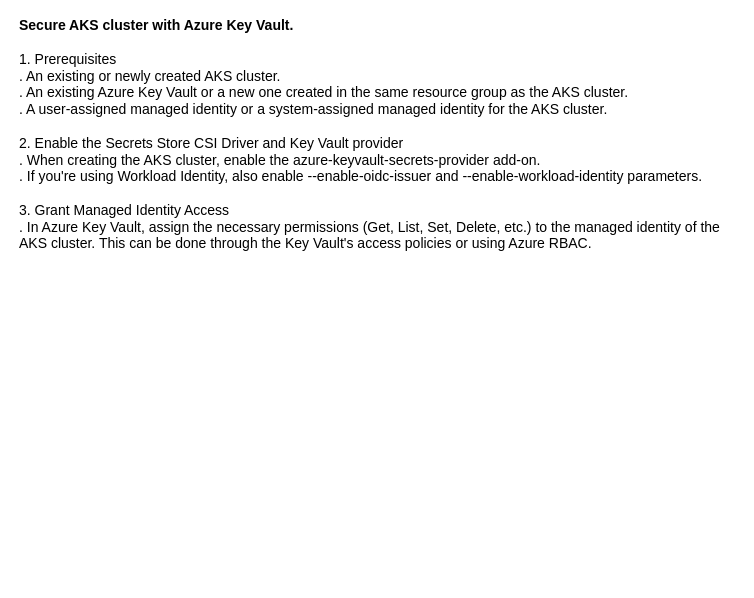
The draw.io diagram AKSTopic.drawio in tyk1hc/drawio, before the edit. Source tidied: cells renumbered, new cells numbered last; positions are measured from the earlier drawing's top-left corner, leaving out a move shared by most shapes. Both pictures are drawn from the tidied source at 100%, with x=0, y=0 at pixel (17, 21).
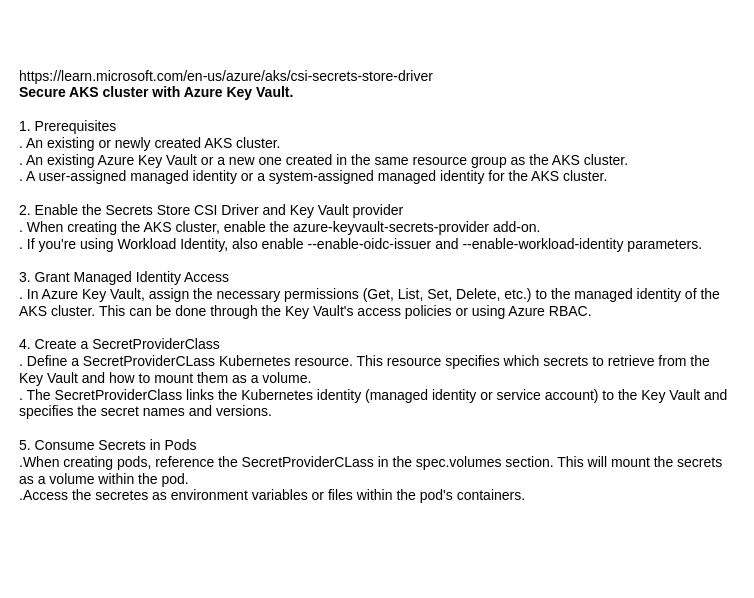
After the change.

Diff of the diagram source:
```diff
@@
 <mxGraphModel>
   <root>
     <mxCell id="0" />
     <mxCell id="1" parent="0" />
-    <mxCell id="2" value="&lt;div&gt;&lt;font style=&quot;font-size: 14px;&quot;&gt;&lt;b&gt;Secure AKS cluster with Azure Key Vault.&lt;/b&gt;&lt;/font&gt;&lt;/div&gt;&lt;div&gt;&lt;font style=&quot;font-size: 14px;&quot;&gt;&lt;br&gt;&lt;/font&gt;&lt;/div&gt;&lt;font style=&quot;font-size: 14px;&quot;&gt;1. Prerequisites&lt;/font&gt;&lt;div&gt;&lt;font style=&quot;font-size: 14px;&quot;&gt;. An existing or newly created AKS cluster.&lt;/font&gt;&lt;/div&gt;&lt;div&gt;&lt;font style=&quot;font-size: 14px;&quot;&gt;. An existing Azure Key Vault or a new one created in the same resource group as the AKS cluster.&lt;/font&gt;&lt;/div&gt;&lt;div&gt;&lt;font style=&quot;font-size: 14px;&quot;&gt;. A user-assigned managed identity or a system-assigned managed identity for the AKS cluster.&lt;/font&gt;&lt;/div&gt;&lt;div&gt;&lt;font style=&quot;font-size: 14px;&quot;&gt;&lt;br&gt;&lt;/font&gt;&lt;/div&gt;&lt;div&gt;&lt;font style=&quot;font-size: 14px;&quot;&gt;2. Enable the Secrets Store CSI Driver and Key Vault provider&lt;/font&gt;&lt;/div&gt;&lt;div&gt;&lt;font style=&quot;font-size: 14px;&quot;&gt;. When creating the AKS cluster, enable the azure-keyvault-secrets-provider add-on.&lt;/font&gt;&lt;/div&gt;&lt;div&gt;&lt;font style=&quot;font-size: 14px;&quot;&gt;. If you're using Workload Identity, also enable --enable-oidc-issuer and --enable-workload-identity parameters.&lt;/font&gt;&lt;/div&gt;&lt;div&gt;&lt;font style=&quot;font-size: 14px;&quot;&gt;&lt;br&gt;&lt;/font&gt;&lt;/div&gt;&lt;div&gt;&lt;font style=&quot;font-size: 14px;&quot;&gt;3. Grant Managed Identity Access&lt;/font&gt;&lt;/div&gt;&lt;div&gt;&lt;font style=&quot;font-size: 14px;&quot;&gt;. In Azure Key Vault, assign the necessary permissions (Get, List, Set, Delete, etc.) to the managed identity of the AKS cluster. This can be done through the Key Vault's access policies or using Azure RBAC.&lt;/font&gt;&lt;/div&gt;&lt;div&gt;&lt;font style=&quot;font-size: 14px;&quot;&gt;&lt;br&gt;&lt;/font&gt;&lt;/div&gt;&lt;div&gt;&lt;font style=&quot;font-size: 14px;&quot;&gt;&lt;br&gt;&lt;/font&gt;&lt;/div&gt;" style="text;html=1;align=left;verticalAlign=middle;whiteSpace=wrap;rounded=0;" parent="1" vertex="1">
-      <mxGeometry width="720" height="260" as="geometry" />
+    <mxCell id="2" value="&lt;div&gt;&lt;font style=&quot;font-size: 14px;&quot;&gt;https://learn.microsoft.com/en-us/azure/aks/csi-secrets-store-driver&lt;b&gt;&lt;/b&gt;&lt;/font&gt;&lt;/div&gt;&lt;div&gt;&lt;font style=&quot;font-size: 14px;&quot;&gt;&lt;b&gt;Secure AKS cluster with Azure Key Vault.&lt;/b&gt;&lt;/font&gt;&lt;/div&gt;&lt;div&gt;&lt;font style=&quot;font-size: 14px;&quot;&gt;&lt;br&gt;&lt;/font&gt;&lt;/div&gt;&lt;font style=&quot;font-size: 14px;&quot;&gt;1. Prerequisites&lt;/font&gt;&lt;div&gt;&lt;font style=&quot;font-size: 14px;&quot;&gt;. An existing or newly created AKS cluster.&lt;/font&gt;&lt;/div&gt;&lt;div&gt;&lt;font style=&quot;font-size: 14px;&quot;&gt;. An existing Azure Key Vault or a new one created in the same resource group as the AKS cluster.&lt;/font&gt;&lt;/div&gt;&lt;div&gt;&lt;font style=&quot;font-size: 14px;&quot;&gt;. A user-assigned managed identity or a system-assigned managed identity for the AKS cluster.&lt;/font&gt;&lt;/div&gt;&lt;div&gt;&lt;font style=&quot;font-size: 14px;&quot;&gt;&lt;br&gt;&lt;/font&gt;&lt;/div&gt;&lt;div&gt;&lt;font style=&quot;font-size: 14px;&quot;&gt;2. Enable the Secrets Store CSI Driver and Key Vault provider&lt;/font&gt;&lt;/div&gt;&lt;div&gt;&lt;font style=&quot;font-size: 14px;&quot;&gt;. When creating the AKS cluster, enable the azure-keyvault-secrets-provider add-on.&lt;/font&gt;&lt;/div&gt;&lt;div&gt;&lt;font style=&quot;font-size: 14px;&quot;&gt;. If you're using Workload Identity, also enable --enable-oidc-issuer and --enable-workload-identity parameters.&lt;/font&gt;&lt;/div&gt;&lt;div&gt;&lt;font style=&quot;font-size: 14px;&quot;&gt;&lt;br&gt;&lt;/font&gt;&lt;/div&gt;&lt;div&gt;&lt;font style=&quot;font-size: 14px;&quot;&gt;3. Grant Managed Identity Access&lt;/font&gt;&lt;/div&gt;&lt;div&gt;&lt;font style=&quot;font-size: 14px;&quot;&gt;. In Azure Key Vault, assign the necessary permissions (Get, List, Set, Delete, etc.) to the managed identity of the AKS cluster. This can be done through the Key Vault's access policies or using Azure RBAC.&lt;/font&gt;&lt;/div&gt;&lt;div&gt;&lt;font style=&quot;font-size: 14px;&quot;&gt;&lt;br&gt;&lt;/font&gt;&lt;/div&gt;&lt;div&gt;&lt;font style=&quot;font-size: 14px;&quot;&gt;4. Create a SecretProviderClass&lt;/font&gt;&lt;/div&gt;&lt;div&gt;&lt;font style=&quot;font-size: 14px;&quot;&gt;. Define a SecretProviderCLass Kubernetes resource. This resource specifies which secrets to retrieve from the Key Vault and how to mount them as a volume.&lt;/font&gt;&lt;/div&gt;&lt;div&gt;&lt;font style=&quot;font-size: 14px;&quot;&gt;. The SecretProviderClass links the Kubernetes identity (managed identity or service account) to the Key Vault and&amp;nbsp;&lt;/font&gt;&lt;/div&gt;&lt;div&gt;&lt;span style=&quot;font-size: 14px;&quot;&gt;specifies the secret names and versions.&lt;/span&gt;&lt;/div&gt;&lt;div&gt;&lt;span style=&quot;font-size: 14px;&quot;&gt;&lt;br&gt;&lt;/span&gt;&lt;/div&gt;&lt;div&gt;&lt;span style=&quot;font-size: 14px;&quot;&gt;5. Consume Secrets in Pods&lt;/span&gt;&lt;/div&gt;&lt;div&gt;&lt;span style=&quot;font-size: 14px;&quot;&gt;.When creating pods, reference the SecretProviderCLass in the spec.volumes section. This will mount the secrets as a volume within the pod.&lt;/span&gt;&lt;/div&gt;&lt;div&gt;&lt;span style=&quot;font-size: 14px;&quot;&gt;.Access the secretes as environment variables or files within the pod's containers.&lt;/span&gt;&lt;/div&gt;&lt;div&gt;&lt;span style=&quot;font-size: 14px;&quot;&gt;&lt;br&gt;&lt;/span&gt;&lt;/div&gt;&lt;div&gt;&lt;br&gt;&lt;/div&gt;" style="text;html=1;align=left;verticalAlign=middle;whiteSpace=wrap;rounded=0;" parent="1" vertex="1">
+      <mxGeometry width="720" height="560" as="geometry" />
     </mxCell>
   </root>
 </mxGraphModel>
```
